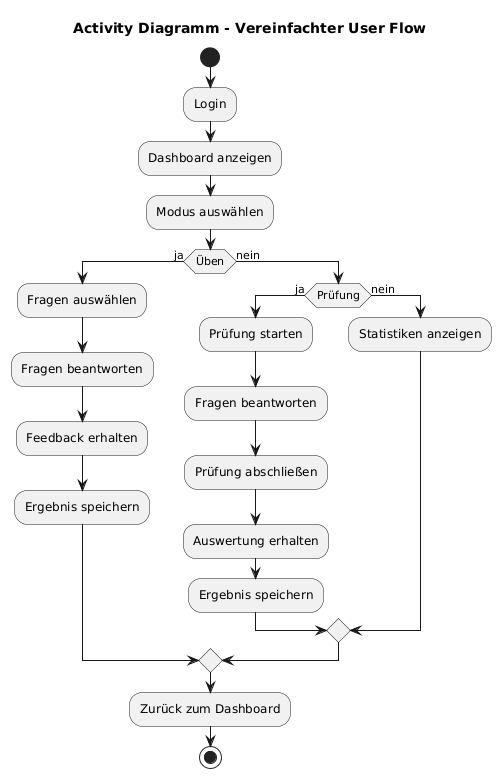
This is sections/chapters/03-umsetzung/images/UserFlow.png from LearnHubDipl/thesis-matura-trainer, a PlantUML export, as it was before one commit.
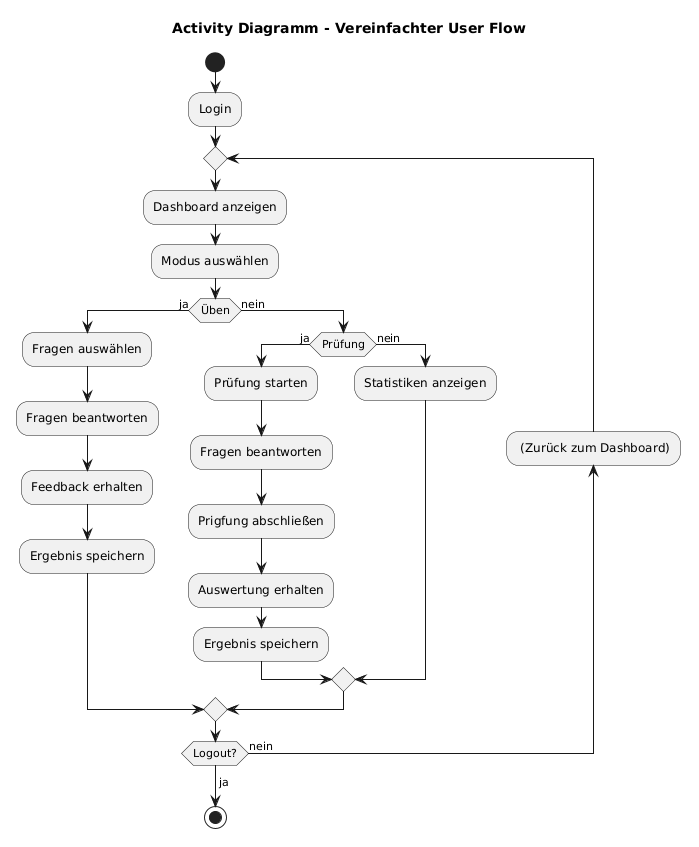
Above is the later version.

Diff of the diagram source:
```diff
@@ -4,28 +4,31 @@
 start
 
 :Login;
-:Dashboard anzeigen;
-:Modus auswählen;
 
-if (Üben) then (ja)
-  :Fragen auswählen;
-  :Fragen beantworten;
-  :Feedback erhalten;
-  :Ergebnis speichern;
+repeat
+  :Dashboard anzeigen;
+  :Modus auswählen;
 
-else (nein)
-  if (Prüfung) then (ja)
-    :Prüfung starten;
+  if (Üben) then (ja)
+    :Fragen auswählen;
     :Fragen beantworten;
-    :Prüfung abschließen;
-    :Auswertung erhalten;
+    :Feedback erhalten;
     :Ergebnis speichern;
+  else (nein)
+    if (Prüfung) then (ja)
+      :Prüfung starten;
+      :Fragen beantworten;
+      :Prigfung abschließen;
+      :Auswertung erhalten;
+      :Ergebnis speichern;
+    else (nein)
+      :Statistiken anzeigen;
+    endif
+  endif
 
-  else (nein)
-    :Statistiken anzeigen;
-  endif
-endif
+  backward: (Zurück zum Dashboard);
+repeat while (Logout?) is (nein)
+->ja;
 
-:Zurück zum Dashboard;
 stop
 @enduml
```
